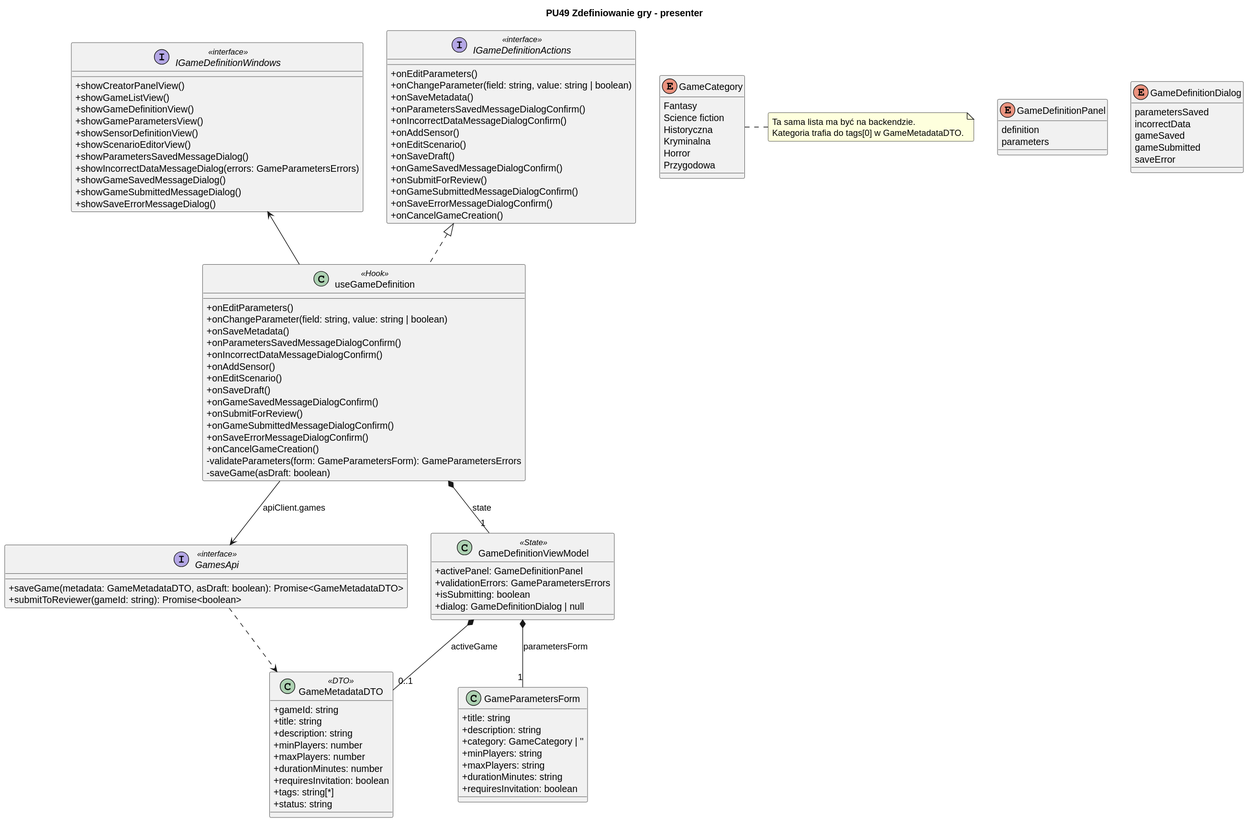
The PlantUML diagram diagrams/frontend/rendered/game-definition-presenter.svg in Igor-Ochocki/POP-2026Z, before a commit.
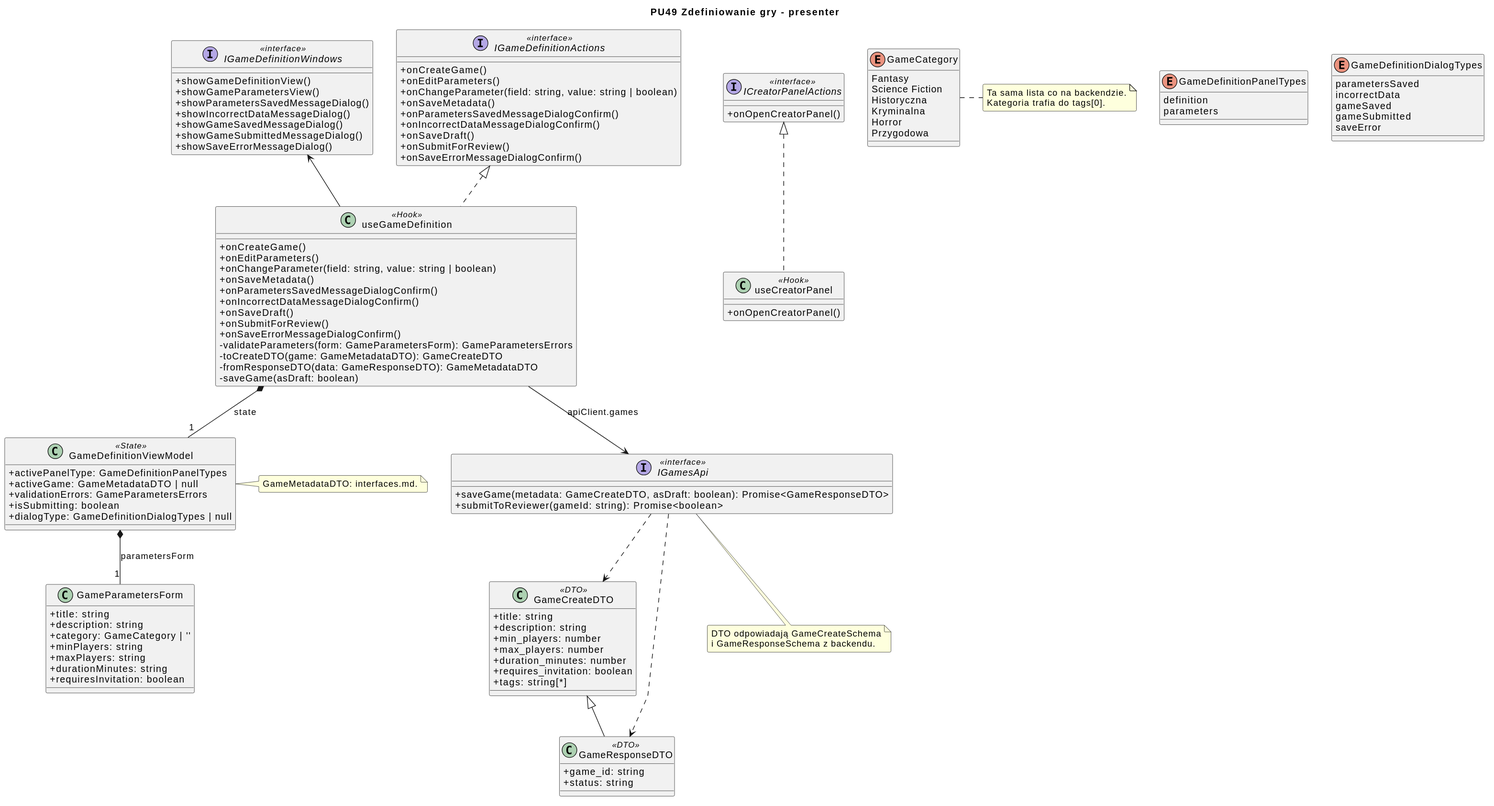
After the commit.

Commit message:
Poprawki diagramów frontendu PU49 Zdefiniowanie gry (#89)

The edit, as a diff of the source:
```diff
@@ -8,71 +8,85 @@
 title PU49 Zdefiniowanie gry - presenter
 
 class useGameDefinition <<Hook>> {
+    + onCreateGame()
     + onEditParameters()
     + onChangeParameter(field: string, value: string | boolean)
     + onSaveMetadata()
     + onParametersSavedMessageDialogConfirm()
     + onIncorrectDataMessageDialogConfirm()
-    + onAddSensor()
-    + onEditScenario()
     + onSaveDraft()
-    + onGameSavedMessageDialogConfirm()
     + onSubmitForReview()
-    + onGameSubmittedMessageDialogConfirm()
     + onSaveErrorMessageDialogConfirm()
-    + onCancelGameCreation()
     - validateParameters(form: GameParametersForm): GameParametersErrors
+    - toCreateDTO(game: GameMetadataDTO): GameCreateDTO
+    - fromResponseDTO(data: GameResponseDTO): GameMetadataDTO
     - saveGame(asDraft: boolean)
 }
 
 interface IGameDefinitionActions <<interface>> {
+    + onCreateGame()
     + onEditParameters()
     + onChangeParameter(field: string, value: string | boolean)
     + onSaveMetadata()
     + onParametersSavedMessageDialogConfirm()
     + onIncorrectDataMessageDialogConfirm()
-    + onAddSensor()
-    + onEditScenario()
     + onSaveDraft()
-    + onGameSavedMessageDialogConfirm()
     + onSubmitForReview()
-    + onGameSubmittedMessageDialogConfirm()
     + onSaveErrorMessageDialogConfirm()
-    + onCancelGameCreation()
 }
 
 interface IGameDefinitionWindows <<interface>> {
-    + showCreatorPanelView()
-    + showGameListView()
     + showGameDefinitionView()
     + showGameParametersView()
-    + showSensorDefinitionView()
-    + showScenarioEditorView()
     + showParametersSavedMessageDialog()
-    + showIncorrectDataMessageDialog(errors: GameParametersErrors)
+    + showIncorrectDataMessageDialog()
     + showGameSavedMessageDialog()
     + showGameSubmittedMessageDialog()
     + showSaveErrorMessageDialog()
 }
 
-interface GamesApi <<interface>> {
-    + saveGame(metadata: GameMetadataDTO, asDraft: boolean): Promise<GameMetadataDTO>
+interface ICreatorPanelActions <<interface>> {
+    + onOpenCreatorPanel()
+}
+
+class useCreatorPanel <<Hook>> {
+    + onOpenCreatorPanel()
+}
+
+interface IGamesApi <<interface>> {
+    + saveGame(metadata: GameCreateDTO, asDraft: boolean): Promise<GameResponseDTO>
     + submitToReviewer(gameId: string): Promise<boolean>
 }
 
+class GameCreateDTO <<DTO>> {
+    + title: string
+    + description: string
+    + min_players: number
+    + max_players: number
+    + duration_minutes: number
+    + requires_invitation: boolean
+    + tags: string[*]
+}
+
+class GameResponseDTO <<DTO>> {
+    + game_id: string
+    + status: string
+}
+
 class GameDefinitionViewModel <<State>> {
-    + activePanel: GameDefinitionPanel
+    + activePanelType: GameDefinitionPanelTypes
+    + activeGame: GameMetadataDTO | null
     + validationErrors: GameParametersErrors
     + isSubmitting: boolean
-    + dialog: GameDefinitionDialog | null
+    + dialogType: GameDefinitionDialogTypes | null
 }
 
-enum GameDefinitionPanel {
+enum GameDefinitionPanelTypes {
     definition
     parameters
 }
 
-enum GameDefinitionDialog {
+enum GameDefinitionDialogTypes {
     parametersSaved
     incorrectData
     gameSaved
@@ -92,36 +106,35 @@
 
 enum GameCategory {
     Fantasy
-    Science fiction
+    Science Fiction
     Historyczna
     Kryminalna
     Horror
     Przygodowa
 }
 
-class GameMetadataDTO <<DTO>> {
-    + gameId: string
-    + title: string
-    + description: string
-    + minPlayers: number
-    + maxPlayers: number
-    + durationMinutes: number
-    + requiresInvitation: boolean
-    + tags: string[*]
-    + status: string
-}
-
 useGameDefinition .u.|> IGameDefinitionActions
 useGameDefinition -u-> IGameDefinitionWindows
-useGameDefinition --> GamesApi : apiClient.games
+useCreatorPanel .u.|> ICreatorPanelActions
+useGameDefinition --> IGamesApi : apiClient.games
 useGameDefinition *-- "1" GameDefinitionViewModel : state
 
 GameDefinitionViewModel *-- "1" GameParametersForm : parametersForm
-GameDefinitionViewModel *-- "0..1" GameMetadataDTO : activeGame
-GamesApi ..> GameMetadataDTO
+GameResponseDTO -u-|> GameCreateDTO
+IGamesApi ..> GameCreateDTO
+IGamesApi ..> GameResponseDTO
+
+note right of GameDefinitionViewModel
+    GameMetadataDTO: interfaces.md.
+end note
 
 note right of GameCategory
-    Ta sama lista ma być na backendzie.
-    Kategoria trafia do tags[0] w GameMetadataDTO.
+    Ta sama lista co na backendzie.
+    Kategoria trafia do tags[0].
+end note
+
+note bottom of IGamesApi
+    DTO odpowiadają GameCreateSchema
+    i GameResponseSchema z backendu.
 end note
 @enduml
```
